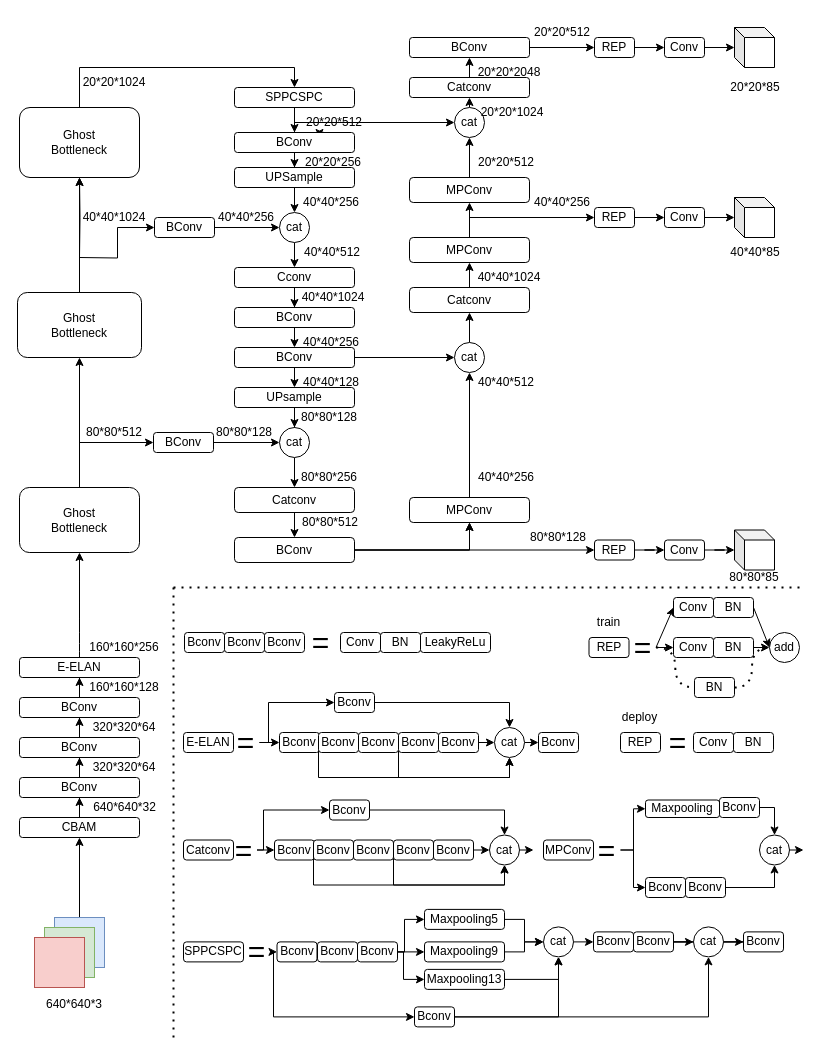
The draw.io diagram yolov7-xs.drawio in YANGJUNYAN0715/papers, before the edit. Source tidied: cells renumbered, new cells numbered last; positions are measured from the earlier drawing's top-left corner, leaving out a move shared by most shapes. Both pictures are drawn from the tidied source at 100%, with x=0, y=0 at pixel (17, 17).
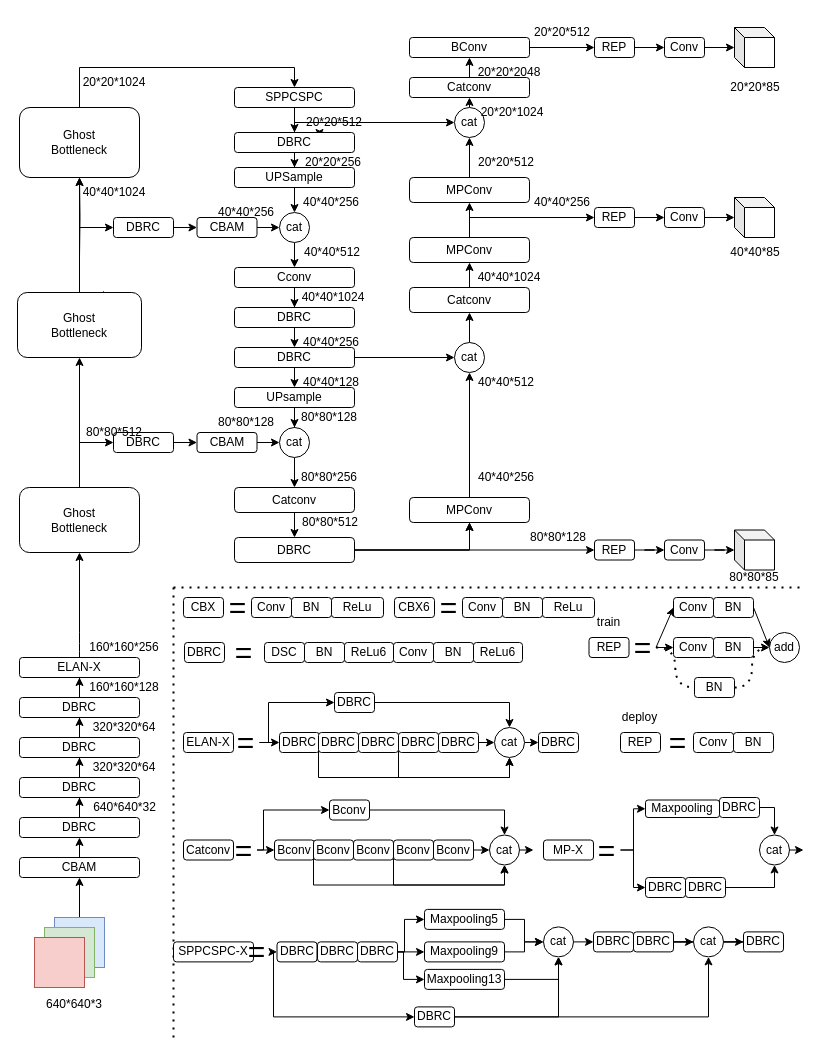
Above is the later version.

Unchanged cells that the change refers to:
```xml
<mxCell id="3" style="whiteSpace=wrap;html=1;fillColor=#dae8fc;strokeColor=#6c8ebf;" parent="1" vertex="1">
  <mxGeometry x="37" y="900" width="50" height="50" as="geometry" />
</mxCell>
<mxCell id="32" value="cat" style="ellipse;whiteSpace=wrap;html=1;rounded=1;" parent="1" vertex="1">
  <mxGeometry x="262" y="195" width="30" height="30" as="geometry" />
</mxCell>
<mxCell id="38" value="cat" style="ellipse;whiteSpace=wrap;html=1;rounded=1;" parent="1" vertex="1">
  <mxGeometry x="262" y="410" width="30" height="30" as="geometry" />
</mxCell>
<mxCell id="155" value="Ghost&lt;br&gt;Bottleneck" style="rounded=1;whiteSpace=wrap;html=1;" parent="1" vertex="1">
  <mxGeometry y="275" width="124" height="65" as="geometry" />
</mxCell>
```

Change to the diagram source:
```diff
@@
-    <mxCell id="2" style="edgeStyle=orthogonalEdgeStyle;rounded=0;jettySize=auto;html=1;exitX=0.5;exitY=0;exitDx=0;exitDy=0;entryX=0.5;entryY=1;entryDx=0;entryDy=0;" parent="1" edge="1" source="3" target="7">
+    <mxCell id="2" style="edgeStyle=orthogonalEdgeStyle;rounded=0;jettySize=auto;html=1;exitX=0.5;exitY=0;exitDx=0;exitDy=0;entryX=0.5;entryY=1;entryDx=0;entryDy=0;startArrow=none;" parent="1" edge="1" source="244" target="7">
       <mxGeometry relative="1" as="geometry" />
     </mxCell>
+    <mxCell id="222" style="edgeStyle=orthogonalEdgeStyle;rounded=0;jettySize=auto;html=1;exitX=0.5;exitY=0;exitDx=0;exitDy=0;entryX=0.5;entryY=1;entryDx=0;entryDy=0;" parent="1" edge="1" source="3" target="244">
+      <mxGeometry relative="1" as="geometry" />
+    </mxCell>
@@
-    <mxCell id="7" value="CBAM" style="rounded=1;whiteSpace=wrap;html=1;" parent="1" vertex="1">
+    <mxCell id="7" value="DBRC" style="rounded=1;whiteSpace=wrap;html=1;" parent="1" vertex="1">
       <mxGeometry x="2" y="800" width="120" height="20" as="geometry" />
     </mxCell>
@@
-    <mxCell id="9" value="BConv" style="rounded=1;whiteSpace=wrap;html=1;" parent="1" vertex="1">
+    <mxCell id="9" value="DBRC" style="rounded=1;whiteSpace=wrap;html=1;" parent="1" vertex="1">
       <mxGeometry x="2" y="760" width="120" height="20" as="geometry" />
     </mxCell>
@@
-    <mxCell id="11" value="BConv" style="rounded=1;whiteSpace=wrap;html=1;" parent="1" vertex="1">
+    <mxCell id="11" value="DBRC" style="rounded=1;whiteSpace=wrap;html=1;" parent="1" vertex="1">
       <mxGeometry x="2" y="720" width="120" height="20" as="geometry" />
     </mxCell>
@@
-    <mxCell id="13" value="BConv" style="rounded=1;whiteSpace=wrap;html=1;" parent="1" vertex="1">
+    <mxCell id="13" value="DBRC" style="rounded=1;whiteSpace=wrap;html=1;" parent="1" vertex="1">
       <mxGeometry x="2" y="680" width="120" height="20" as="geometry" />
     </mxCell>
@@
-    <mxCell id="15" value="E-ELAN" style="rounded=1;whiteSpace=wrap;html=1;" parent="1" vertex="1">
+    <mxCell id="15" value="ELAN-X" style="rounded=1;whiteSpace=wrap;html=1;" parent="1" vertex="1">
       <mxGeometry x="2" y="640" width="120" height="20" as="geometry" />
     </mxCell>
@@
-    <mxCell id="19" style="edgeStyle=orthogonalEdgeStyle;rounded=0;jettySize=auto;html=1;exitX=0.5;exitY=0;exitDx=0;exitDy=0;entryX=0;entryY=0.5;entryDx=0;entryDy=0;" parent="1" edge="1" target="34">
-      <mxGeometry relative="1" as="geometry">
-        <mxPoint x="62" y="240" as="sourcePoint" />
-      </mxGeometry>
-    </mxCell>
@@
-    <mxCell id="28" value="BConv" style="rounded=1;whiteSpace=wrap;html=1;" parent="1" vertex="1">
+    <mxCell id="28" value="DBRC" style="rounded=1;whiteSpace=wrap;html=1;" parent="1" vertex="1">
       <mxGeometry x="217" y="115" width="120" height="20" as="geometry" />
     </mxCell>
@@
-    <mxCell id="33" style="edgeStyle=orthogonalEdgeStyle;rounded=0;jettySize=auto;html=1;" parent="1" edge="1" source="34" target="32">
-      <mxGeometry relative="1" as="geometry">
-        <Array as="points">
-          <mxPoint x="266" y="210" />
-          <mxPoint x="266" y="210" />
-        </Array>
-      </mxGeometry>
-    </mxCell>
+    <mxCell id="223" style="edgeStyle=orthogonalEdgeStyle;rounded=0;jettySize=auto;html=1;exitX=1;exitY=0.5;exitDx=0;exitDy=0;entryX=0;entryY=0.5;entryDx=0;entryDy=0;" parent="1" edge="1" source="34" target="228">
+      <mxGeometry relative="1" as="geometry" />
+    </mxCell>
-    <mxCell id="34" value="BConv" style="rounded=1;whiteSpace=wrap;html=1;" parent="1" vertex="1">
-      <mxGeometry x="137" y="200" width="60" height="20" as="geometry" />
+    <mxCell id="34" value="DBRC" style="rounded=1;whiteSpace=wrap;html=1;" parent="1" vertex="1">
+      <mxGeometry x="96" y="200" width="60" height="20" as="geometry" />
     </mxCell>
-    <mxCell id="35" style="edgeStyle=orthogonalEdgeStyle;rounded=0;jettySize=auto;html=1;exitX=1;exitY=0.5;exitDx=0;exitDy=0;entryX=0;entryY=0.5;entryDx=0;entryDy=0;" parent="1" edge="1" source="36" target="38">
-      <mxGeometry relative="1" as="geometry" />
-    </mxCell>
+    <mxCell id="224" style="edgeStyle=orthogonalEdgeStyle;rounded=0;jettySize=auto;html=1;exitX=1;exitY=0.5;exitDx=0;exitDy=0;entryX=0;entryY=0.5;entryDx=0;entryDy=0;" parent="1" edge="1" source="36" target="230">
+      <mxGeometry relative="1" as="geometry" />
+    </mxCell>
-    <mxCell id="36" value="BConv" style="rounded=1;whiteSpace=wrap;html=1;" parent="1" vertex="1">
-      <mxGeometry x="136" y="415" width="60" height="20" as="geometry" />
+    <mxCell id="36" value="DBRC" style="rounded=1;whiteSpace=wrap;html=1;" parent="1" vertex="1">
+      <mxGeometry x="96" y="415" width="60" height="20" as="geometry" />
     </mxCell>
@@
-    <mxCell id="43" value="BConv" style="rounded=1;whiteSpace=wrap;html=1;" parent="1" vertex="1">
+    <mxCell id="43" value="DBRC" style="rounded=1;whiteSpace=wrap;html=1;" parent="1" vertex="1">
       <mxGeometry x="217" y="330" width="120" height="20" as="geometry" />
     </mxCell>
@@
-    <mxCell id="45" value="BConv" style="rounded=1;whiteSpace=wrap;html=1;" parent="1" vertex="1">
+    <mxCell id="45" value="DBRC" style="rounded=1;whiteSpace=wrap;html=1;" parent="1" vertex="1">
       <mxGeometry x="217" y="290" width="120" height="20" as="geometry" />
     </mxCell>
@@
-    <mxCell id="53" value="BConv" style="whiteSpace=wrap;html=1;rounded=1;" parent="1" vertex="1">
+    <mxCell id="53" value="DBRC" style="whiteSpace=wrap;html=1;rounded=1;" parent="1" vertex="1">
       <mxGeometry x="217" y="520" width="120" height="25" as="geometry" />
     </mxCell>
@@
-    <mxCell id="88" value="Bconv" style="rounded=1;whiteSpace=wrap;html=1;" parent="1" vertex="1">
-      <mxGeometry x="167" y="615" width="40" height="20" as="geometry" />
+    <mxCell id="88" value="DBRC" style="rounded=1;whiteSpace=wrap;html=1;" parent="1" vertex="1">
+      <mxGeometry x="167" y="625" width="40" height="20" as="geometry" />
     </mxCell>
-    <mxCell id="89" value="Bconv" style="rounded=1;whiteSpace=wrap;html=1;" parent="1" vertex="1">
-      <mxGeometry x="207" y="615" width="40" height="20" as="geometry" />
-    </mxCell>
-    <mxCell id="90" value="Bconv" style="rounded=1;whiteSpace=wrap;html=1;" parent="1" vertex="1">
-      <mxGeometry x="247" y="615" width="40" height="20" as="geometry" />
-    </mxCell>
-    <mxCell id="91" value="Conv" style="rounded=1;whiteSpace=wrap;html=1;" parent="1" vertex="1">
-      <mxGeometry x="323" y="615" width="40" height="20" as="geometry" />
+    <mxCell id="91" value="DSC" style="rounded=1;whiteSpace=wrap;html=1;" parent="1" vertex="1">
+      <mxGeometry x="247" y="625" width="40" height="20" as="geometry" />
     </mxCell>
     <mxCell id="92" value="BN" style="rounded=1;whiteSpace=wrap;html=1;" parent="1" vertex="1">
-      <mxGeometry x="363" y="615" width="40" height="20" as="geometry" />
+      <mxGeometry x="287" y="625" width="40" height="20" as="geometry" />
     </mxCell>
-    <mxCell id="93" value="LeakyReLu" style="rounded=1;whiteSpace=wrap;html=1;" parent="1" vertex="1">
-      <mxGeometry x="403" y="615" width="70" height="20" as="geometry" />
+    <mxCell id="93" value="ReLu6" style="rounded=1;whiteSpace=wrap;html=1;" parent="1" vertex="1">
+      <mxGeometry x="327" y="625" width="49" height="20" as="geometry" />
     </mxCell>
-    <mxCell id="94" value="E-ELAN" style="rounded=1;whiteSpace=wrap;html=1;" parent="1" vertex="1">
+    <mxCell id="94" value="ELAN-X" style="rounded=1;whiteSpace=wrap;html=1;" parent="1" vertex="1">
       <mxGeometry x="166" y="715" width="50" height="20" as="geometry" />
     </mxCell>
-    <mxCell id="95" value="Bconv" style="rounded=1;whiteSpace=wrap;html=1;" parent="1" vertex="1">
+    <mxCell id="95" value="DBRC" style="rounded=1;whiteSpace=wrap;html=1;" parent="1" vertex="1">
       <mxGeometry x="262" y="715" width="40" height="20" as="geometry" />
     </mxCell>
-    <mxCell id="96" value="Bconv" style="rounded=1;whiteSpace=wrap;html=1;" parent="1" vertex="1">
+    <mxCell id="96" value="DBRC" style="rounded=1;whiteSpace=wrap;html=1;" parent="1" vertex="1">
       <mxGeometry x="521" y="715" width="40" height="20" as="geometry" />
     </mxCell>
@@
-    <mxCell id="98" value="Bconv" style="rounded=1;whiteSpace=wrap;html=1;" parent="1" vertex="1">
+    <mxCell id="98" value="DBRC" style="rounded=1;whiteSpace=wrap;html=1;" parent="1" vertex="1">
       <mxGeometry x="317" y="675" width="40" height="20" as="geometry" />
     </mxCell>
@@
-    <mxCell id="100" value="Bconv" style="rounded=1;whiteSpace=wrap;html=1;" parent="1" vertex="1">
+    <mxCell id="100" value="DBRC" style="rounded=1;whiteSpace=wrap;html=1;" parent="1" vertex="1">
       <mxGeometry x="421" y="715" width="40" height="20" as="geometry" />
     </mxCell>
@@
-    <mxCell id="102" value="Bconv" style="rounded=1;whiteSpace=wrap;html=1;" parent="1" vertex="1">
+    <mxCell id="102" value="DBRC" style="rounded=1;whiteSpace=wrap;html=1;" parent="1" vertex="1">
       <mxGeometry x="381" y="715" width="40" height="20" as="geometry" />
     </mxCell>
-    <mxCell id="103" value="Bconv" style="rounded=1;whiteSpace=wrap;html=1;" parent="1" vertex="1">
+    <mxCell id="103" value="DBRC" style="rounded=1;whiteSpace=wrap;html=1;" parent="1" vertex="1">
       <mxGeometry x="341" y="715" width="40" height="20" as="geometry" />
     </mxCell>
@@
-    <mxCell id="105" value="Bconv" style="rounded=1;whiteSpace=wrap;html=1;" parent="1" vertex="1">
+    <mxCell id="105" value="DBRC" style="rounded=1;whiteSpace=wrap;html=1;" parent="1" vertex="1">
       <mxGeometry x="301" y="715" width="40" height="20" as="geometry" />
     </mxCell>
@@
-    <mxCell id="121" value="MPConv" style="rounded=1;whiteSpace=wrap;html=1;" parent="1" vertex="1">
+    <mxCell id="121" value="MP-X" style="rounded=1;whiteSpace=wrap;html=1;" parent="1" vertex="1">
       <mxGeometry x="526" y="822.5" width="50" height="20" as="geometry" />
     </mxCell>
-    <mxCell id="122" value="Bconv" style="rounded=1;whiteSpace=wrap;html=1;" parent="1" vertex="1">
+    <mxCell id="122" value="DBRC" style="rounded=1;whiteSpace=wrap;html=1;" parent="1" vertex="1">
       <mxGeometry x="628" y="860" width="40" height="20" as="geometry" />
     </mxCell>
@@
-    <mxCell id="125" value="Bconv" style="rounded=1;whiteSpace=wrap;html=1;" parent="1" vertex="1">
+    <mxCell id="125" value="DBRC" style="rounded=1;whiteSpace=wrap;html=1;" parent="1" vertex="1">
       <mxGeometry x="668" y="860" width="40" height="20" as="geometry" />
     </mxCell>
@@
-    <mxCell id="127" value="Bconv" style="rounded=1;whiteSpace=wrap;html=1;" parent="1" vertex="1">
+    <mxCell id="127" value="DBRC" style="rounded=1;whiteSpace=wrap;html=1;" parent="1" vertex="1">
       <mxGeometry x="702" y="780" width="40" height="20" as="geometry" />
     </mxCell>
@@
-    <mxCell id="129" value="SPPCSPC" style="rounded=1;whiteSpace=wrap;html=1;" parent="1" vertex="1">
-      <mxGeometry x="166" y="924.4" width="60" height="20" as="geometry" />
+    <mxCell id="129" value="SPPCSPC-X" style="rounded=1;whiteSpace=wrap;html=1;" parent="1" vertex="1">
+      <mxGeometry x="156" y="924.4" width="80" height="20" as="geometry" />
     </mxCell>
-    <mxCell id="130" value="Bconv" style="rounded=1;whiteSpace=wrap;html=1;" parent="1" vertex="1">
+    <mxCell id="130" value="DBRC" style="rounded=1;whiteSpace=wrap;html=1;" parent="1" vertex="1">
       <mxGeometry x="259.5" y="924.4" width="40" height="20" as="geometry" />
     </mxCell>
@@
-    <mxCell id="134" value="Bconv" style="rounded=1;whiteSpace=wrap;html=1;" parent="1" vertex="1">
+    <mxCell id="134" value="DBRC" style="rounded=1;whiteSpace=wrap;html=1;" parent="1" vertex="1">
       <mxGeometry x="340" y="924.4" width="40" height="20" as="geometry" />
     </mxCell>
-    <mxCell id="135" value="Bconv" style="rounded=1;whiteSpace=wrap;html=1;" parent="1" vertex="1">
+    <mxCell id="135" value="DBRC" style="rounded=1;whiteSpace=wrap;html=1;" parent="1" vertex="1">
       <mxGeometry x="300" y="924.4" width="40" height="20" as="geometry" />
     </mxCell>
@@
-    <mxCell id="144" value="Bconv" style="rounded=1;whiteSpace=wrap;html=1;" parent="1" vertex="1">
+    <mxCell id="144" value="DBRC" style="rounded=1;whiteSpace=wrap;html=1;" parent="1" vertex="1">
       <mxGeometry x="576" y="914.4" width="40" height="20" as="geometry" />
     </mxCell>
@@
-    <mxCell id="146" value="Bconv" style="rounded=1;whiteSpace=wrap;html=1;" parent="1" vertex="1">
+    <mxCell id="146" value="DBRC" style="rounded=1;whiteSpace=wrap;html=1;" parent="1" vertex="1">
       <mxGeometry x="616" y="914.4" width="40" height="20" as="geometry" />
     </mxCell>
@@
-    <mxCell id="149" value="Bconv" style="rounded=1;whiteSpace=wrap;html=1;" parent="1" vertex="1">
+    <mxCell id="149" value="DBRC" style="rounded=1;whiteSpace=wrap;html=1;" parent="1" vertex="1">
       <mxGeometry x="726" y="914.4" width="40" height="20" as="geometry" />
     </mxCell>
@@
-    <mxCell id="152" value="Bconv" style="rounded=1;whiteSpace=wrap;html=1;" parent="1" vertex="1">
+    <mxCell id="152" value="DBRC" style="rounded=1;whiteSpace=wrap;html=1;" parent="1" vertex="1">
       <mxGeometry x="397" y="989.4" width="40" height="20" as="geometry" />
     </mxCell>
     <mxCell id="153" value="=" style="text;html=1;strokeColor=none;fillColor=none;align=center;verticalAlign=middle;whiteSpace=wrap;rounded=0;strokeWidth=1;fontSize=30;" parent="1" vertex="1">
-      <mxGeometry x="290" y="610" width="27" height="30" as="geometry" />
+      <mxGeometry x="212.5" y="620" width="27" height="30" as="geometry" />
     </mxCell>
@@
+    <mxCell id="225" style="edgeStyle=orthogonalEdgeStyle;rounded=0;jettySize=auto;html=1;exitX=0.5;exitY=0;exitDx=0;exitDy=0;" parent="1" edge="1" source="155">
+      <mxGeometry relative="1" as="geometry">
+        <mxPoint x="86" y="273" as="targetPoint" />
+      </mxGeometry>
+    </mxCell>
+    <mxCell id="226" style="edgeStyle=orthogonalEdgeStyle;rounded=0;jettySize=auto;html=1;exitX=0.5;exitY=0;exitDx=0;exitDy=0;entryX=0;entryY=0.5;entryDx=0;entryDy=0;" parent="1" edge="1" source="155" target="34">
+      <mxGeometry relative="1" as="geometry" />
+    </mxCell>
@@
     <mxCell id="195" value="40*40*1024" style="text;html=1;strokeColor=none;fillColor=none;align=center;verticalAlign=middle;whiteSpace=wrap;rounded=0;strokeWidth=1;fontSize=12;" parent="1" vertex="1">
-      <mxGeometry x="67" y="185" width="60" height="30" as="geometry" />
+      <mxGeometry x="67" y="160" width="60" height="30" as="geometry" />
     </mxCell>
@@
     <mxCell id="205" value="80*80*128" style="text;html=1;strokeColor=none;fillColor=none;align=center;verticalAlign=middle;whiteSpace=wrap;rounded=0;strokeWidth=1;fontSize=12;" parent="1" vertex="1">
-      <mxGeometry x="199" y="400" width="56" height="30" as="geometry" />
+      <mxGeometry x="200.5" y="390" width="56" height="30" as="geometry" />
     </mxCell>
@@
     <mxCell id="220" value="40*40*256" style="text;html=1;strokeColor=none;fillColor=none;align=center;verticalAlign=middle;whiteSpace=wrap;rounded=0;strokeWidth=1;fontSize=12;" parent="1" vertex="1">
-      <mxGeometry x="198.5" y="185" width="60" height="30" as="geometry" />
+      <mxGeometry x="198.5" y="180" width="60" height="30" as="geometry" />
     </mxCell>
@@
+    <mxCell id="227" style="edgeStyle=orthogonalEdgeStyle;rounded=0;jettySize=auto;html=1;exitX=1;exitY=0.5;exitDx=0;exitDy=0;entryX=0;entryY=0.5;entryDx=0;entryDy=0;" parent="1" edge="1" source="228" target="32">
+      <mxGeometry relative="1" as="geometry" />
+    </mxCell>
+    <mxCell id="228" value="CBAM" style="rounded=1;whiteSpace=wrap;html=1;" parent="1" vertex="1">
+      <mxGeometry x="179.5" y="200" width="60" height="20" as="geometry" />
+    </mxCell>
+    <mxCell id="229" style="edgeStyle=orthogonalEdgeStyle;rounded=0;jettySize=auto;html=1;exitX=1;exitY=0.5;exitDx=0;exitDy=0;entryX=0;entryY=0.5;entryDx=0;entryDy=0;" parent="1" edge="1" source="230" target="38">
+      <mxGeometry relative="1" as="geometry" />
+    </mxCell>
+    <mxCell id="230" value="CBAM" style="rounded=1;whiteSpace=wrap;html=1;" parent="1" vertex="1">
+      <mxGeometry x="179.5" y="415" width="60" height="20" as="geometry" />
+    </mxCell>
+    <mxCell id="231" value="CBX" style="rounded=1;whiteSpace=wrap;html=1;" parent="1" vertex="1">
+      <mxGeometry x="166" y="580" width="40" height="20" as="geometry" />
+    </mxCell>
+    <mxCell id="232" value="Conv" style="rounded=1;whiteSpace=wrap;html=1;" parent="1" vertex="1">
+      <mxGeometry x="234" y="580" width="40" height="20" as="geometry" />
+    </mxCell>
+    <mxCell id="233" value="BN" style="rounded=1;whiteSpace=wrap;html=1;" parent="1" vertex="1">
+      <mxGeometry x="274" y="580" width="40" height="20" as="geometry" />
+    </mxCell>
+    <mxCell id="234" value="ReLu" style="rounded=1;whiteSpace=wrap;html=1;" parent="1" vertex="1">
+      <mxGeometry x="314" y="580" width="52" height="20" as="geometry" />
+    </mxCell>
+    <mxCell id="235" value="=" style="text;html=1;strokeColor=none;fillColor=none;align=center;verticalAlign=middle;whiteSpace=wrap;rounded=0;strokeWidth=1;fontSize=30;" parent="1" vertex="1">
+      <mxGeometry x="207" y="575" width="27" height="30" as="geometry" />
+    </mxCell>
+    <mxCell id="236" value="CBX6" style="rounded=1;whiteSpace=wrap;html=1;" parent="1" vertex="1">
+      <mxGeometry x="377" y="580" width="40" height="20" as="geometry" />
+    </mxCell>
+    <mxCell id="237" value="Conv" style="rounded=1;whiteSpace=wrap;html=1;" parent="1" vertex="1">
+      <mxGeometry x="445" y="580" width="40" height="20" as="geometry" />
+    </mxCell>
+    <mxCell id="238" value="BN" style="rounded=1;whiteSpace=wrap;html=1;" parent="1" vertex="1">
+      <mxGeometry x="485" y="580" width="40" height="20" as="geometry" />
+    </mxCell>
+    <mxCell id="239" value="ReLu" style="rounded=1;whiteSpace=wrap;html=1;" parent="1" vertex="1">
+      <mxGeometry x="525" y="580" width="52" height="20" as="geometry" />
+    </mxCell>
+    <mxCell id="240" value="=" style="text;html=1;strokeColor=none;fillColor=none;align=center;verticalAlign=middle;whiteSpace=wrap;rounded=0;strokeWidth=1;fontSize=30;" parent="1" vertex="1">
+      <mxGeometry x="418" y="575" width="27" height="30" as="geometry" />
+    </mxCell>
+    <mxCell id="241" value="Conv" style="rounded=1;whiteSpace=wrap;html=1;" parent="1" vertex="1">
+      <mxGeometry x="376" y="625" width="40" height="20" as="geometry" />
+    </mxCell>
+    <mxCell id="242" value="BN" style="rounded=1;whiteSpace=wrap;html=1;" parent="1" vertex="1">
+      <mxGeometry x="416" y="625" width="40" height="20" as="geometry" />
+    </mxCell>
+    <mxCell id="243" value="ReLu6" style="rounded=1;whiteSpace=wrap;html=1;" parent="1" vertex="1">
+      <mxGeometry x="456" y="625" width="49" height="20" as="geometry" />
+    </mxCell>
+    <mxCell id="244" value="CBAM" style="rounded=1;whiteSpace=wrap;html=1;" parent="1" vertex="1">
+      <mxGeometry x="2" y="840" width="120" height="20" as="geometry" />
+    </mxCell>
```
